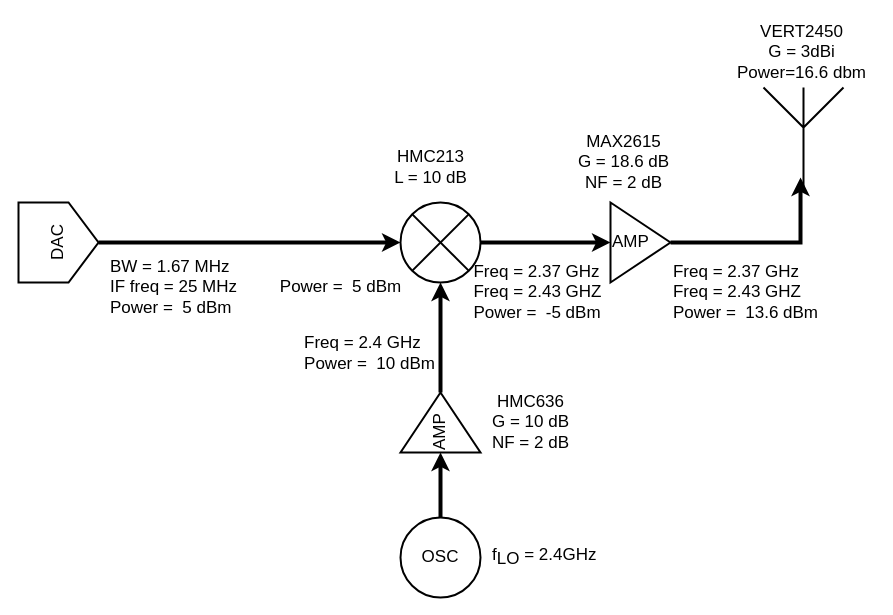
This is transmitter_64QAM.drawio from chenbin234/MCC125-Wireless-link-project, a draw.io file, before an edit. Source tidied: cells renumbered, new cells numbered last; positions are measured from the earlier drawing's top-left corner, leaving out a move shared by most shapes. Both pictures are drawn from the tidied source at 100%, with x=0, y=0 at pixel (18, 17).
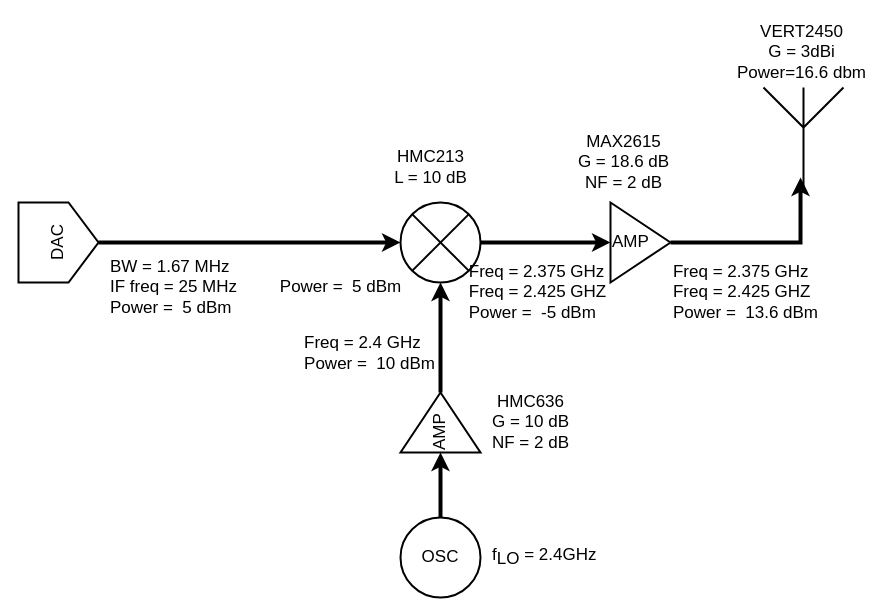
The same page after the edit.

What changed in the source:
```diff
@@
-    <mxCell id="15" value="&lt;div style=&quot;text-align: left; font-size: 17px;&quot;&gt;&lt;span style=&quot;background-color: initial; font-size: 17px;&quot;&gt;Freq = 2.37 GHz&lt;/span&gt;&lt;/div&gt;&lt;div style=&quot;text-align: left; font-size: 17px;&quot;&gt;&lt;span style=&quot;background-color: initial; font-size: 17px;&quot;&gt;Freq = 2.43 GHZ&lt;/span&gt;&lt;/div&gt;&lt;div style=&quot;text-align: left; font-size: 17px;&quot;&gt;&lt;span style=&quot;background-color: initial; font-size: 17px;&quot;&gt;&lt;font style=&quot;font-size: 17px;&quot;&gt;Power =&amp;nbsp; -5 dBm&lt;/font&gt;&lt;/span&gt;&lt;/div&gt;" style="text;html=1;align=center;verticalAlign=middle;strokeColor=none;fillColor=none;fontSize=17;" parent="1" vertex="1">
-      <mxGeometry x="444" y="240" width="150" height="70" as="geometry" />
+    <mxCell id="15" value="&lt;div style=&quot;text-align: left; font-size: 17px;&quot;&gt;&lt;span style=&quot;background-color: initial; font-size: 17px;&quot;&gt;Freq = 2.375 GHz&lt;/span&gt;&lt;/div&gt;&lt;div style=&quot;text-align: left; font-size: 17px;&quot;&gt;&lt;span style=&quot;background-color: initial; font-size: 17px;&quot;&gt;Freq = 2.425 GHZ&lt;/span&gt;&lt;/div&gt;&lt;div style=&quot;text-align: left; font-size: 17px;&quot;&gt;&lt;span style=&quot;background-color: initial; font-size: 17px;&quot;&gt;&lt;font style=&quot;font-size: 17px;&quot;&gt;Power =&amp;nbsp; -5 dBm&lt;/font&gt;&lt;/span&gt;&lt;/div&gt;" style="text;html=1;align=center;verticalAlign=middle;strokeColor=none;fillColor=none;fontSize=17;" parent="1" vertex="1">
+      <mxGeometry x="439" y="240" width="160" height="70" as="geometry" />
     </mxCell>
@@
-    <mxCell id="21" value="&lt;div style=&quot;text-align: left; font-size: 17px;&quot;&gt;&lt;span style=&quot;background-color: initial; font-size: 17px;&quot;&gt;Freq = 2.37 GHz&lt;/span&gt;&lt;/div&gt;&lt;div style=&quot;text-align: left; font-size: 17px;&quot;&gt;&lt;span style=&quot;background-color: initial; font-size: 17px;&quot;&gt;Freq = 2.43 GHZ&lt;/span&gt;&lt;/div&gt;&lt;div style=&quot;text-align: left; font-size: 17px;&quot;&gt;&lt;span style=&quot;background-color: initial; font-size: 17px;&quot;&gt;&lt;font style=&quot;font-size: 17px;&quot;&gt;Power =&amp;nbsp; 13.6 dBm&lt;/font&gt;&lt;/span&gt;&lt;/div&gt;" style="text;html=1;align=center;verticalAlign=middle;strokeColor=none;fillColor=none;fontSize=17;" parent="1" vertex="1">
+    <mxCell id="21" value="&lt;div style=&quot;text-align: left; font-size: 17px;&quot;&gt;&lt;span style=&quot;background-color: initial; font-size: 17px;&quot;&gt;Freq = 2.375 GHz&lt;/span&gt;&lt;/div&gt;&lt;div style=&quot;text-align: left; font-size: 17px;&quot;&gt;&lt;span style=&quot;background-color: initial; font-size: 17px;&quot;&gt;Freq = 2.425 GHZ&lt;/span&gt;&lt;/div&gt;&lt;div style=&quot;text-align: left; font-size: 17px;&quot;&gt;&lt;span style=&quot;background-color: initial; font-size: 17px;&quot;&gt;&lt;font style=&quot;font-size: 17px;&quot;&gt;Power =&amp;nbsp; 13.6 dBm&lt;/font&gt;&lt;/span&gt;&lt;/div&gt;" style="text;html=1;align=center;verticalAlign=middle;strokeColor=none;fillColor=none;fontSize=17;" parent="1" vertex="1">
       <mxGeometry x="642" y="240" width="170" height="70" as="geometry" />
     </mxCell>
```
